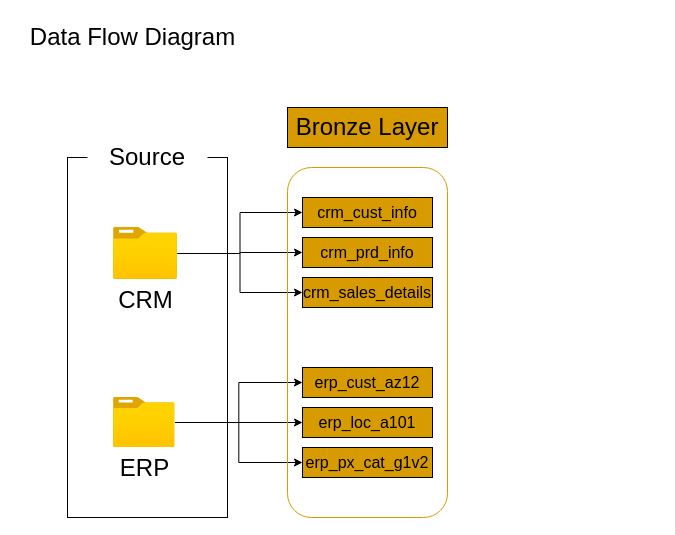
Earlier version of the draw.io diagram diagrams/Data flow Diagram.drawio (RevazRevazashvili/sql-data-warehouse-project). Source tidied: cells renumbered, new cells numbered last; positions are measured from the earlier drawing's top-left corner, leaving out a move shared by most shapes. Both pictures are drawn from the tidied source at 100%, with x=0, y=0 at pixel (17, 17).
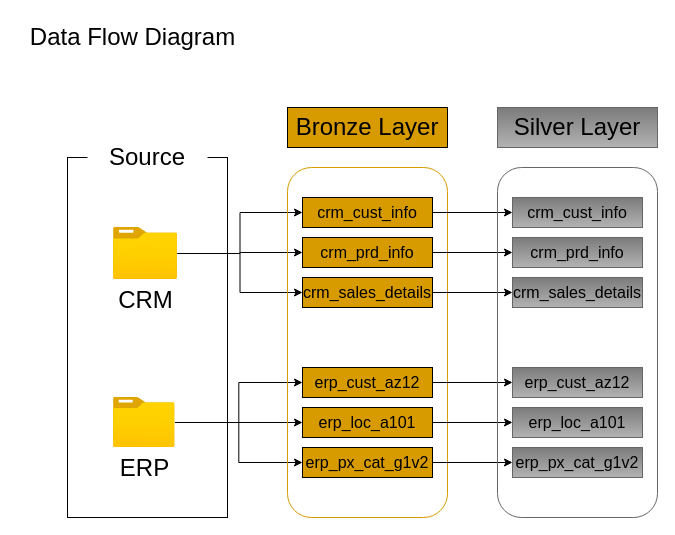
After the change.

Commit message (it also covers changes not shown here):
modified data flow diagram

The change refers to these unchanged cells:
```xml
<mxCell id="14" value="&lt;font style=&quot;font-size: 16px;&quot;&gt;crm_cust_info&lt;/font&gt;" style="rounded=0;whiteSpace=wrap;html=1;fillColor=#D79B00;" parent="1" vertex="1">
  <mxGeometry x="285" y="180" width="130" height="30" as="geometry" />
</mxCell>
<mxCell id="15" value="&lt;font style=&quot;font-size: 16px;&quot;&gt;crm_prd_info&lt;/font&gt;" style="rounded=0;whiteSpace=wrap;html=1;fillColor=#D79B00;" parent="1" vertex="1">
  <mxGeometry x="285" y="220" width="130" height="30" as="geometry" />
</mxCell>
<mxCell id="16" value="&lt;font style=&quot;font-size: 16px;&quot;&gt;crm_sales_details&lt;/font&gt;" style="rounded=0;whiteSpace=wrap;html=1;fillColor=#D79B00;" parent="1" vertex="1">
  <mxGeometry x="285" y="260" width="130" height="30" as="geometry" />
</mxCell>
<mxCell id="17" value="&lt;font style=&quot;font-size: 16px;&quot;&gt;erp_cust_az12&lt;/font&gt;" style="rounded=0;whiteSpace=wrap;html=1;fillColor=#D79B00;" parent="1" vertex="1">
  <mxGeometry x="285" y="350" width="130" height="30" as="geometry" />
</mxCell>
<mxCell id="18" value="&lt;font style=&quot;font-size: 16px;&quot;&gt;erp_loc_a101&lt;/font&gt;" style="rounded=0;whiteSpace=wrap;html=1;fillColor=#D79B00;" parent="1" vertex="1">
  <mxGeometry x="285" y="390" width="130" height="30" as="geometry" />
</mxCell>
<mxCell id="19" value="&lt;font style=&quot;font-size: 16px;&quot;&gt;erp_px_cat_g1v2&lt;/font&gt;" style="rounded=0;whiteSpace=wrap;html=1;fillColor=#D79B00;" parent="1" vertex="1">
  <mxGeometry x="285" y="430" width="130" height="30" as="geometry" />
</mxCell>
```

The edit, as a diff of the source:
```diff
@@
+    <mxCell id="21" style="edgeStyle=orthogonalEdgeStyle;rounded=0;jettySize=auto;html=1;entryX=0;entryY=0.5;entryDx=0;entryDy=0;" parent="1" edge="1" source="14" target="29">
+      <mxGeometry relative="1" as="geometry" />
+    </mxCell>
@@
+    <mxCell id="22" style="edgeStyle=orthogonalEdgeStyle;rounded=0;jettySize=auto;html=1;entryX=0;entryY=0.5;entryDx=0;entryDy=0;" parent="1" edge="1" source="15" target="30">
+      <mxGeometry relative="1" as="geometry" />
+    </mxCell>
@@
+    <mxCell id="23" style="edgeStyle=orthogonalEdgeStyle;rounded=0;jettySize=auto;html=1;entryX=0;entryY=0.5;entryDx=0;entryDy=0;" parent="1" edge="1" source="16" target="31">
+      <mxGeometry relative="1" as="geometry" />
+    </mxCell>
@@
+    <mxCell id="24" style="edgeStyle=orthogonalEdgeStyle;rounded=0;jettySize=auto;html=1;" parent="1" edge="1" source="17" target="32">
+      <mxGeometry relative="1" as="geometry" />
+    </mxCell>
@@
+    <mxCell id="25" style="edgeStyle=orthogonalEdgeStyle;rounded=0;jettySize=auto;html=1;entryX=0;entryY=0.5;entryDx=0;entryDy=0;" parent="1" edge="1" source="18" target="33">
+      <mxGeometry relative="1" as="geometry" />
+    </mxCell>
@@
+    <mxCell id="26" style="edgeStyle=orthogonalEdgeStyle;rounded=0;jettySize=auto;html=1;entryX=0;entryY=0.5;entryDx=0;entryDy=0;" parent="1" edge="1" source="19" target="34">
+      <mxGeometry relative="1" as="geometry" />
+    </mxCell>
@@
+    <mxCell id="27" style="rounded=1;whiteSpace=wrap;html=1;fillColor=none;strokeColor=#666666;gradientColor=#b3b3b3;" parent="1" vertex="1">
+      <mxGeometry x="480" y="150" width="160" height="350" as="geometry" />
+    </mxCell>
+    <mxCell id="28" value="&lt;span style=&quot;font-size: 24px;&quot;&gt;Silver Layer&lt;/span&gt;" style="rounded=0;whiteSpace=wrap;html=1;fillColor=#7B7B7B;gradientColor=#b3b3b3;strokeColor=#666666;" parent="1" vertex="1">
+      <mxGeometry x="480" y="90" width="160" height="40" as="geometry" />
+    </mxCell>
+    <mxCell id="29" value="&lt;font style=&quot;font-size: 16px;&quot;&gt;crm_cust_info&lt;/font&gt;" style="rounded=0;whiteSpace=wrap;html=1;fillColor=#7B7B7B;gradientColor=#b3b3b3;strokeColor=#666666;" parent="1" vertex="1">
+      <mxGeometry x="495" y="180" width="130" height="30" as="geometry" />
+    </mxCell>
+    <mxCell id="30" value="&lt;font style=&quot;font-size: 16px;&quot;&gt;crm_prd_info&lt;/font&gt;" style="rounded=0;whiteSpace=wrap;html=1;fillColor=#7B7B7B;gradientColor=#b3b3b3;strokeColor=#666666;" parent="1" vertex="1">
+      <mxGeometry x="495" y="220" width="130" height="30" as="geometry" />
+    </mxCell>
+    <mxCell id="31" value="&lt;font style=&quot;font-size: 16px;&quot;&gt;crm_sales_details&lt;/font&gt;" style="rounded=0;whiteSpace=wrap;html=1;fillColor=#7B7B7B;gradientColor=#b3b3b3;strokeColor=#666666;" parent="1" vertex="1">
+      <mxGeometry x="495" y="260" width="130" height="30" as="geometry" />
+    </mxCell>
+    <mxCell id="32" value="&lt;font style=&quot;font-size: 16px;&quot;&gt;erp_cust_az12&lt;/font&gt;" style="rounded=0;whiteSpace=wrap;html=1;fillColor=#7B7B7B;gradientColor=#b3b3b3;strokeColor=#666666;" parent="1" vertex="1">
+      <mxGeometry x="495" y="350" width="130" height="30" as="geometry" />
+    </mxCell>
+    <mxCell id="33" value="&lt;font style=&quot;font-size: 16px;&quot;&gt;erp_loc_a101&lt;/font&gt;" style="rounded=0;whiteSpace=wrap;html=1;fillColor=#7B7B7B;gradientColor=#b3b3b3;strokeColor=#666666;" parent="1" vertex="1">
+      <mxGeometry x="495" y="390" width="130" height="30" as="geometry" />
+    </mxCell>
+    <mxCell id="34" value="&lt;font style=&quot;font-size: 16px;&quot;&gt;erp_px_cat_g1v2&lt;/font&gt;" style="rounded=0;whiteSpace=wrap;html=1;fillColor=#7B7B7B;gradientColor=#b3b3b3;strokeColor=#666666;" parent="1" vertex="1">
+      <mxGeometry x="495" y="430" width="130" height="30" as="geometry" />
+    </mxCell>
```
